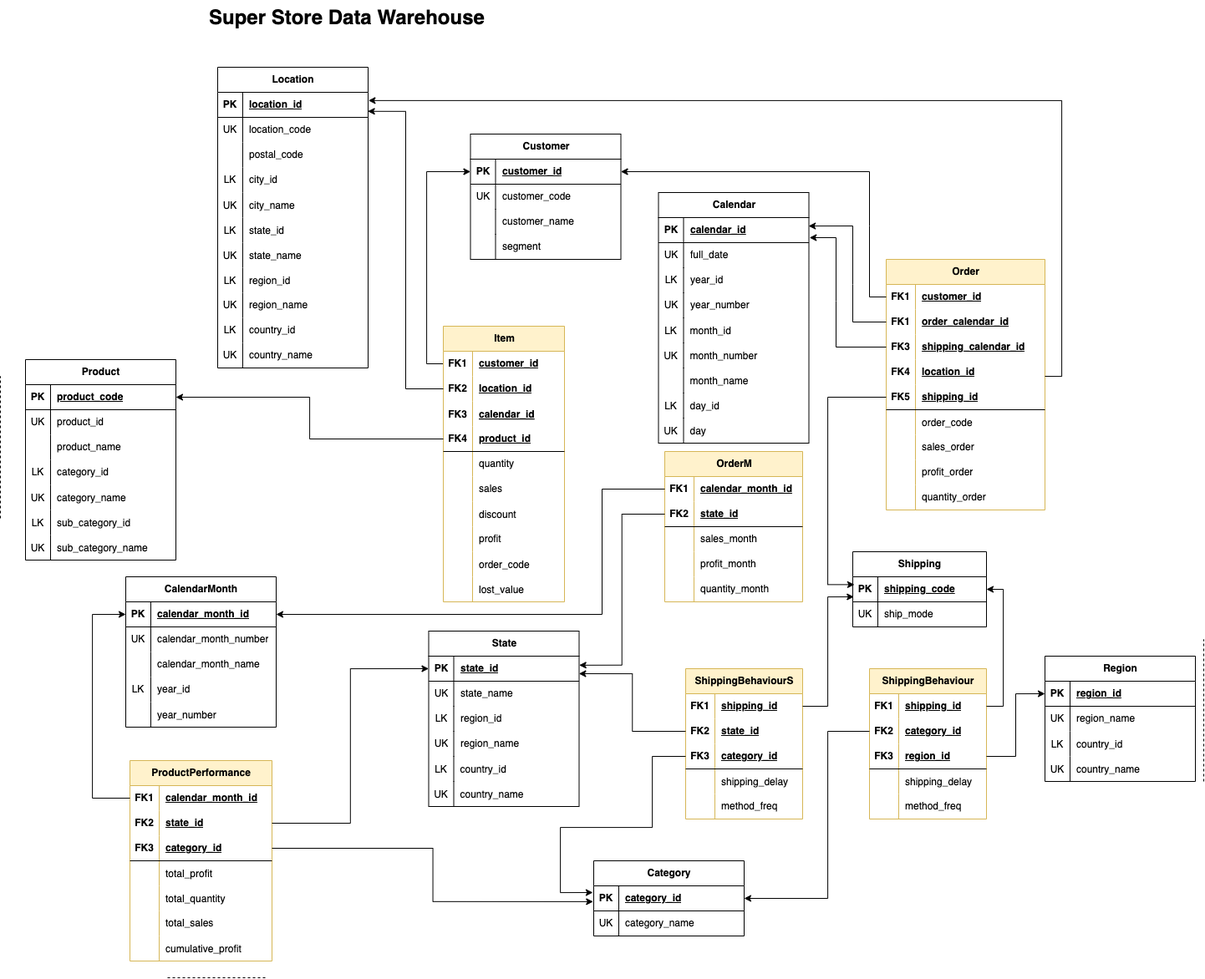
0xAbelheira/Super-Store-DataWarehouse keeps this draw.io diagram as Super-Store-DataWarehouse.png. Above is the earlier version. Source tidied: cells renumbered, new cells last; positions are measured from the earlier drawing's top-left corner, leaving out a move shared by most shapes.
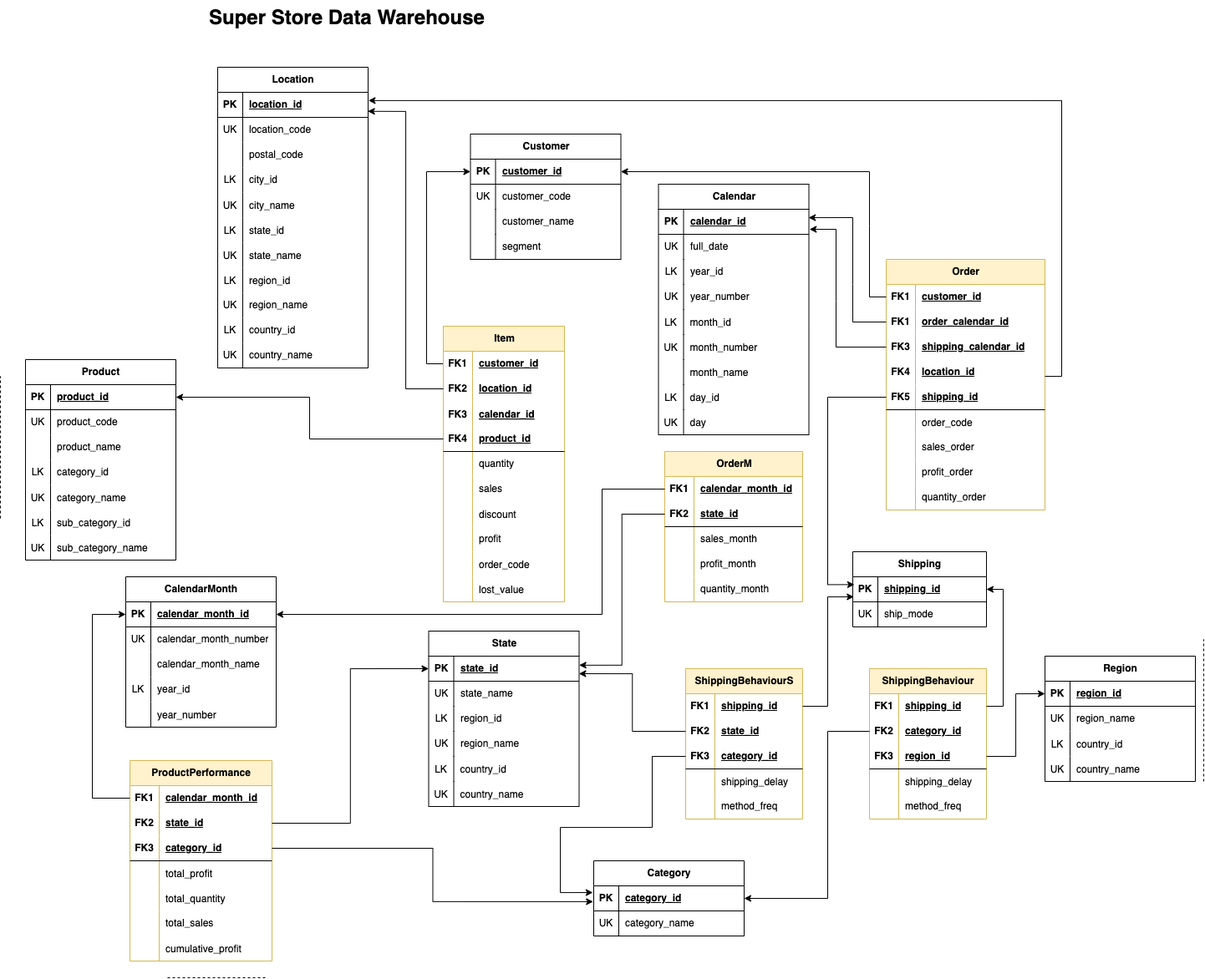
Later version of the same file.

Commit message:
Dimensional Model Updated

Change to the diagram source:
```diff
@@ -126,7 +126,7 @@
       <mxGeometry x="30" width="150" height="30" as="geometry" />
     </mxCell>
     <mxCell id="43" value="Calendar" style="shape=table;startSize=30;rowLines=0;fontStyle=1;align=center;html=1;" parent="1" vertex="1">
-      <mxGeometry x="787.5" y="230" width="180" height="300" as="geometry" />
+      <mxGeometry x="787.5" y="220" width="180" height="300" as="geometry" />
     </mxCell>
     <mxCell id="44" style="shape=tableRow;horizontal=0;startSize=0;swimlaneHead=0;swimlaneBody=0;fillColor=none;points=[[0,0.5],[1,0.5]];portConstraint=eastwest;top=0;left=0;right=0;bottom=1;" parent="43" vertex="1">
       <mxGeometry y="30" width="180" height="30" as="geometry" />
@@ -218,7 +218,7 @@
     <mxCell id="73" value="PK" style="shape=partialRectangle;fillColor=none;top=0;left=0;bottom=0;right=0;fontStyle=1;overflow=hidden;whiteSpace=wrap;html=1;" parent="72" vertex="1">
       <mxGeometry width="30" height="30" as="geometry" />
     </mxCell>
-    <mxCell id="74" value="shipping_code" style="shape=partialRectangle;fillColor=none;top=0;left=0;bottom=0;right=0;align=left;spacingLeft=6;fontStyle=5;overflow=hidden;whiteSpace=wrap;html=1;" parent="72" vertex="1">
+    <mxCell id="74" value="shipping_id" style="shape=partialRectangle;fillColor=none;top=0;left=0;bottom=0;right=0;align=left;spacingLeft=6;fontStyle=5;overflow=hidden;whiteSpace=wrap;html=1;" parent="72" vertex="1">
       <mxGeometry x="30" width="130" height="30" as="geometry" />
     </mxCell>
     <mxCell id="75" style="shape=tableRow;horizontal=0;startSize=0;swimlaneHead=0;swimlaneBody=0;fillColor=none;top=0;left=0;right=0;bottom=0;" parent="71" vertex="1">
@@ -581,7 +581,7 @@
     <mxCell id="194" value="PK" style="shape=partialRectangle;fillColor=none;top=0;left=0;bottom=0;right=0;fontStyle=1;overflow=hidden;whiteSpace=wrap;html=1;" parent="193" vertex="1">
       <mxGeometry width="30" height="30" as="geometry" />
     </mxCell>
-    <mxCell id="195" value="product_code" style="shape=partialRectangle;fillColor=none;top=0;left=0;bottom=0;right=0;align=left;spacingLeft=6;fontStyle=5;overflow=hidden;whiteSpace=wrap;html=1;" parent="193" vertex="1">
+    <mxCell id="195" value="product_id" style="shape=partialRectangle;fillColor=none;top=0;left=0;bottom=0;right=0;align=left;spacingLeft=6;fontStyle=5;overflow=hidden;whiteSpace=wrap;html=1;" parent="193" vertex="1">
       <mxGeometry x="30" width="150" height="30" as="geometry" />
     </mxCell>
     <mxCell id="196" style="shape=tableRow;horizontal=0;startSize=0;swimlaneHead=0;swimlaneBody=0;fillColor=none;top=0;left=0;right=0;bottom=0;" parent="192" vertex="1">
@@ -590,7 +590,7 @@
     <mxCell id="197" value="UK" style="shape=partialRectangle;fillColor=none;top=0;left=0;bottom=0;right=0;overflow=hidden;whiteSpace=wrap;html=1;" parent="196" vertex="1">
       <mxGeometry width="30" height="30" as="geometry" />
     </mxCell>
-    <mxCell id="198" value="product_id" style="shape=partialRectangle;fillColor=none;top=0;left=0;bottom=0;right=0;align=left;spacingLeft=6;overflow=hidden;whiteSpace=wrap;html=1;" parent="196" vertex="1">
+    <mxCell id="198" value="product_code" style="shape=partialRectangle;fillColor=none;top=0;left=0;bottom=0;right=0;align=left;spacingLeft=6;overflow=hidden;whiteSpace=wrap;html=1;" parent="196" vertex="1">
       <mxGeometry x="30" width="150" height="30" as="geometry" />
     </mxCell>
     <mxCell id="199" style="shape=tableRow;horizontal=0;startSize=0;swimlaneHead=0;swimlaneBody=0;fillColor=none;top=0;left=0;right=0;bottom=0;" parent="192" vertex="1">
@@ -955,7 +955,7 @@
         <Array as="points">
           <mxPoint x="1020" y="385" />
           <mxPoint x="1020" y="340" />
-          <mxPoint x="1020" y="270" />
+          <mxPoint x="1020" y="260" />
         </Array>
       </mxGeometry>
     </mxCell>
@@ -964,7 +964,7 @@
         <Array as="points">
           <mxPoint x="1000" y="415" />
           <mxPoint x="1000" y="360" />
-          <mxPoint x="1000" y="284" />
+          <mxPoint x="1000" y="274" />
         </Array>
       </mxGeometry>
     </mxCell>
```
